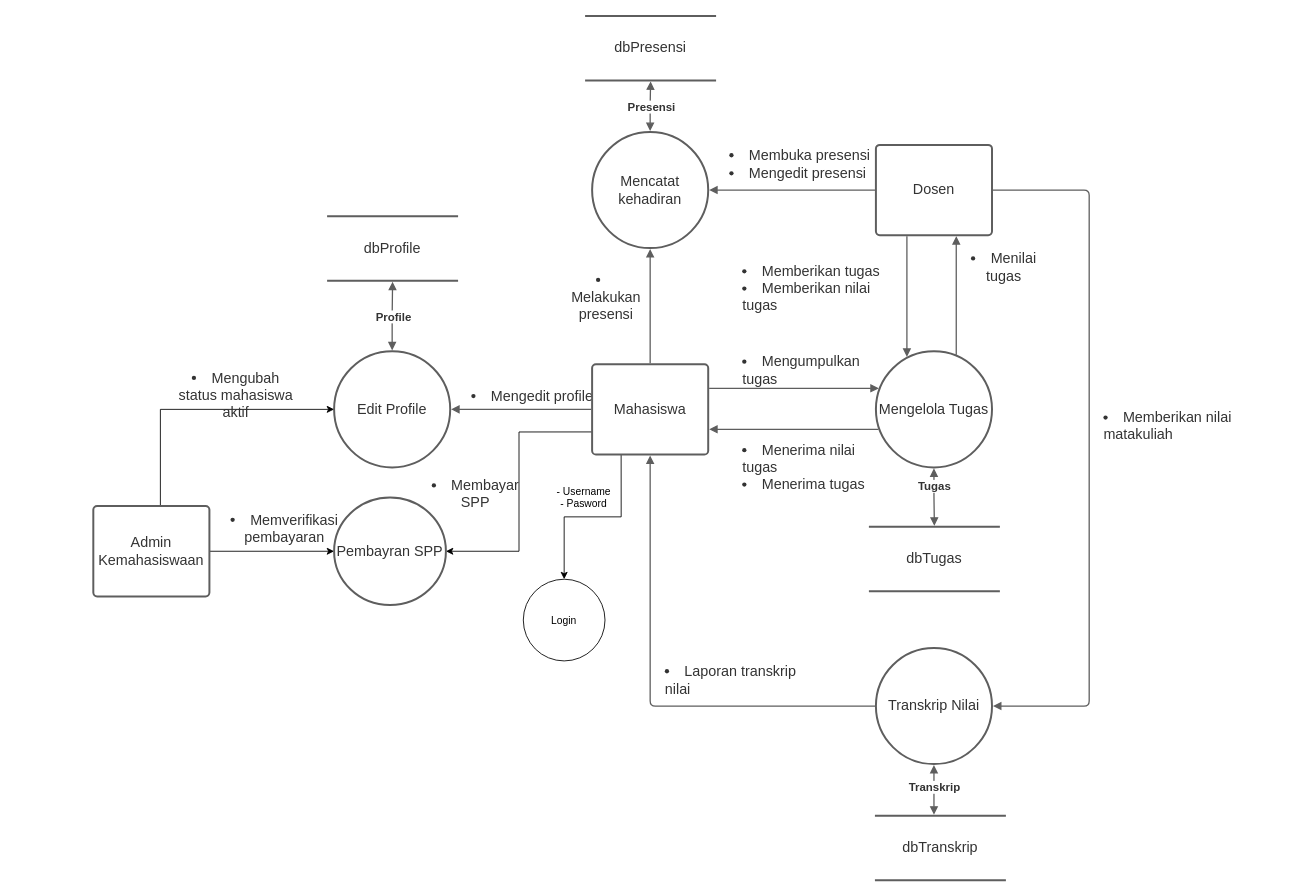
Above: page "DFD LV0" (2 of 9) of Untitled Diagram.drawio in Aryanda04/File-common (draw.io), before the change. Source tidied: cells renumbered, new cells numbered last; positions are measured from the earlier drawing's top-left corner, leaving out a move shared by most shapes. Both pictures are drawn from the tidied source at 86%, with x=0, y=0 at pixel (93, 15).
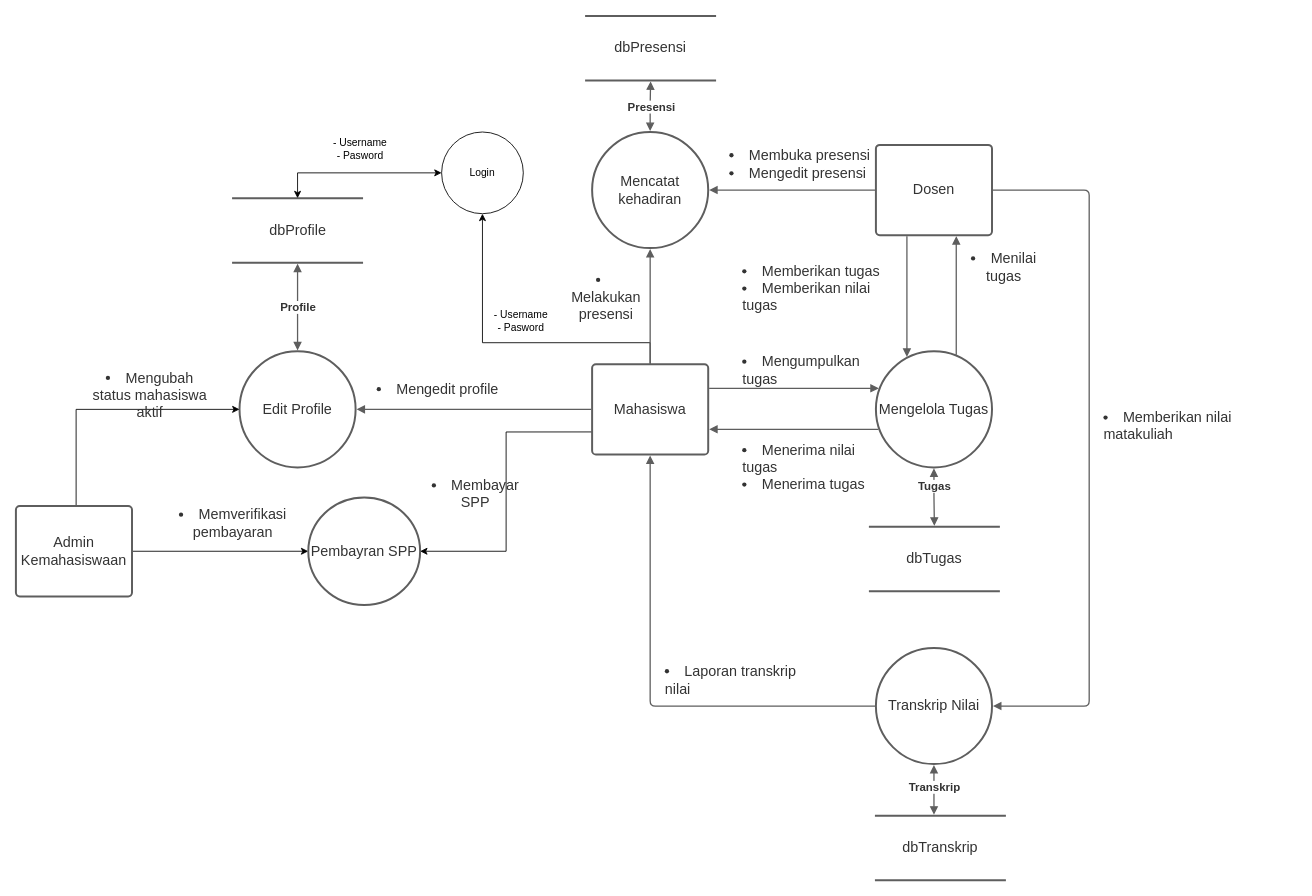
Above is the later version.

The change refers to these unchanged cells:
```xml
<mxCell id="14" value="Mahasiswa" style="html=1;overflow=block;blockSpacing=1;whiteSpace=wrap;whiteSpace=wrap;fontSize=16.7;fontColor=#333333;spacing=0;strokeColor=#5e5e5e;strokeOpacity=100;rounded=1;absoluteArcSize=1;arcSize=9;strokeWidth=2.3;" parent="1" vertex="1">
  <mxGeometry x="580" y="405" width="135" height="105" as="geometry" />
</mxCell>
```

Change to the diagram source:
```diff
@@
     <mxCell id="4" value="&lt;ul style=&quot;margin: 0px; padding-left: 10px;list-style-position: inside; list-style-type:disc&quot;&gt;&lt;li style=&quot;text-align:left;color:#333333;font-size:16.7px;&quot;&gt;&lt;span style=&quot;margin-left: 0px;margin-top: -2px;&quot;&gt;&lt;span style=&quot;font-size:16.7px;color:#333333;&quot;&gt;Mengedit profile&lt;/span&gt;&lt;/span&gt;&lt;/li&gt;&lt;/ul&gt;" style="html=1;overflow=block;blockSpacing=1;whiteSpace=wrap;strokeColor=none;fillColor=none;whiteSpace=wrap;fontSize=13;spacing=0;strokeWidth=1.5;" parent="1" vertex="1">
-      <mxGeometry x="430" y="420" width="180" height="45" as="geometry" />
+      <mxGeometry x="320" y="412" width="180" height="45" as="geometry" />
     </mxCell>
@@
-    <mxCell id="13" style="edgeStyle=orthogonalEdgeStyle;rounded=0;jettySize=auto;html=1;exitX=0.25;exitY=1;exitDx=0;exitDy=0;entryX=0.5;entryY=0;entryDx=0;entryDy=0;" parent="1" edge="1" source="14" target="47">
-      <mxGeometry relative="1" as="geometry" />
+    <mxCell id="13" style="edgeStyle=orthogonalEdgeStyle;rounded=0;jettySize=auto;html=1;entryX=0.5;entryY=1;entryDx=0;entryDy=0;" parent="1" edge="1" source="14" target="47">
+      <mxGeometry relative="1" as="geometry">
+        <Array as="points">
+          <mxPoint x="648" y="380" />
+          <mxPoint x="453" y="380" />
+        </Array>
+      </mxGeometry>
     </mxCell>
@@
     <mxCell id="29" value="Edit Profile" style="html=1;overflow=block;blockSpacing=1;whiteSpace=wrap;ellipse;whiteSpace=wrap;fontSize=16.7;fontColor=#333333;spacing=0;strokeColor=#5e5e5e;strokeOpacity=100;rounded=1;absoluteArcSize=1;arcSize=9;strokeWidth=2.3;" parent="1" vertex="1">
-      <mxGeometry x="280" y="390" width="135" height="135" as="geometry" />
+      <mxGeometry x="170" y="390" width="135" height="135" as="geometry" />
     </mxCell>
@@
     <mxCell id="31" value="dbProfile" style="html=1;overflow=block;blockSpacing=1;whiteSpace=wrap;shape=partialRectangle;right=0;left=0;whiteSpace=wrap;fontSize=16.7;fontColor=#333333;spacing=0;strokeColor=#5e5e5e;strokeOpacity=100;rounded=1;absoluteArcSize=1;arcSize=9;strokeWidth=2.3;" parent="1" vertex="1">
-      <mxGeometry x="273" y="233" width="150" height="75" as="geometry" />
+      <mxGeometry x="162.5" y="212" width="150" height="75" as="geometry" />
     </mxCell>
@@
     <mxCell id="40" style="edgeStyle=orthogonalEdgeStyle;rounded=0;jettySize=auto;html=1;entryX=0;entryY=0.5;entryDx=0;entryDy=0;" parent="1" edge="1" source="42" target="29">
       <mxGeometry relative="1" as="geometry">
         <Array as="points">
-          <mxPoint x="78" y="458" />
+          <mxPoint x="-20" y="458" />
         </Array>
       </mxGeometry>
     </mxCell>
@@
     <mxCell id="42" value="Admin Kemahasiswaan" style="html=1;overflow=block;blockSpacing=1;whiteSpace=wrap;whiteSpace=wrap;fontSize=16.7;fontColor=#333333;spacing=0;strokeColor=#5e5e5e;strokeOpacity=100;rounded=1;absoluteArcSize=1;arcSize=9;strokeWidth=2.3;" parent="1" vertex="1">
-      <mxGeometry y="570" width="135" height="105" as="geometry" />
+      <mxGeometry x="-90" y="570" width="135" height="105" as="geometry" />
     </mxCell>
     <mxCell id="43" value="Pembayran SPP" style="html=1;overflow=block;blockSpacing=1;whiteSpace=wrap;ellipse;whiteSpace=wrap;fontSize=16.7;fontColor=#333333;spacing=0;strokeColor=#5e5e5e;strokeOpacity=100;rounded=1;absoluteArcSize=1;arcSize=9;strokeWidth=2.3;" parent="1" vertex="1">
-      <mxGeometry x="280" y="560" width="130" height="125" as="geometry" />
+      <mxGeometry x="250" y="560" width="130" height="125" as="geometry" />
     </mxCell>
@@
     <mxCell id="45" value="&lt;div align=&quot;center&quot;&gt;&lt;ul style=&quot;margin: 0px ; padding-left: 10px ; list-style-position: inside ; list-style-type: disc&quot;&gt;&lt;li style=&quot;color: rgb(51 , 51 , 51) ; font-size: 16.7px&quot;&gt;&lt;span style=&quot;margin-left: 0px ; margin-top: -2px&quot;&gt;&lt;span style=&quot;font-size: 16.7px ; color: #333333&quot;&gt;Mengubah status mahasiswa aktif&lt;br&gt;&lt;/span&gt;&lt;/span&gt;&lt;/li&gt;&lt;/ul&gt;&lt;/div&gt;" style="text;whiteSpace=wrap;html=1;" parent="1" vertex="1">
-      <mxGeometry x="80" y="405" width="160" height="30" as="geometry" />
+      <mxGeometry x="-20" y="405" width="160" height="30" as="geometry" />
     </mxCell>
     <mxCell id="46" value="&lt;div align=&quot;center&quot;&gt;&lt;ul style=&quot;margin: 0px ; padding-left: 10px ; list-style-position: inside ; list-style-type: disc&quot;&gt;&lt;li style=&quot;color: rgb(51 , 51 , 51) ; font-size: 16.7px&quot;&gt;&lt;span style=&quot;margin-left: 0px ; margin-top: -2px&quot;&gt;&lt;span style=&quot;font-size: 16.7px ; color: #333333&quot;&gt;Memverifikasi pembayaran&lt;br&gt;&lt;/span&gt;&lt;/span&gt;&lt;/li&gt;&lt;/ul&gt;&lt;/div&gt;" style="text;whiteSpace=wrap;html=1;align=center;" parent="1" vertex="1">
-      <mxGeometry x="140" y="570" width="155" height="30" as="geometry" />
+      <mxGeometry x="80" y="564" width="155" height="30" as="geometry" />
     </mxCell>
+    <mxCell id="49" style="edgeStyle=orthogonalEdgeStyle;rounded=0;jettySize=auto;html=1;entryX=0.5;entryY=0;entryDx=0;entryDy=0;startArrow=classic;startFill=1;" parent="1" edge="1" source="47" target="31">
+      <mxGeometry relative="1" as="geometry" />
+    </mxCell>
     <mxCell id="47" value="Login" style="ellipse;whiteSpace=wrap;html=1;" parent="1" vertex="1">
-      <mxGeometry x="500" y="655" width="95" height="95" as="geometry" />
+      <mxGeometry x="405" y="135" width="95" height="95" as="geometry" />
     </mxCell>
     <mxCell id="48" value="&lt;div&gt;- Username&lt;/div&gt;&lt;div&gt;- Pasword&lt;br&gt;&lt;/div&gt;" style="text;html=1;align=center;verticalAlign=middle;strokeColor=none;fillColor=none;" parent="1" vertex="1">
-      <mxGeometry x="530" y="545" width="80" height="30" as="geometry" />
+      <mxGeometry x="457" y="339.5" width="80" height="30" as="geometry" />
     </mxCell>
+    <mxCell id="50" value="&lt;div&gt;- Username&lt;/div&gt;&lt;div&gt;- Pasword&lt;br&gt;&lt;/div&gt;" style="text;html=1;align=center;verticalAlign=middle;strokeColor=none;fillColor=none;" parent="1" vertex="1">
+      <mxGeometry x="270" y="140" width="80" height="30" as="geometry" />
+    </mxCell>
```
